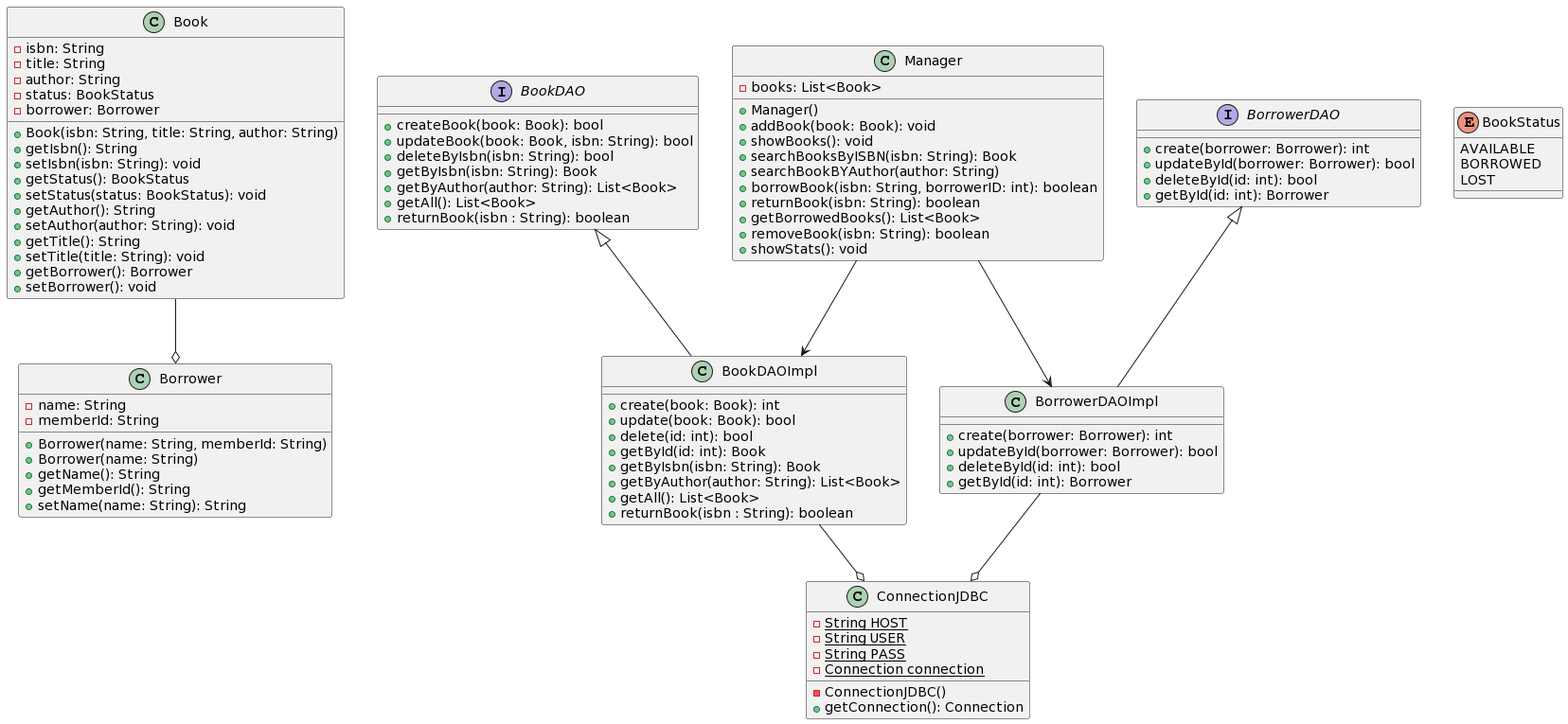
This is class.png from aymane-smi/SAS2, a PlantUML export, as it was before one commit.
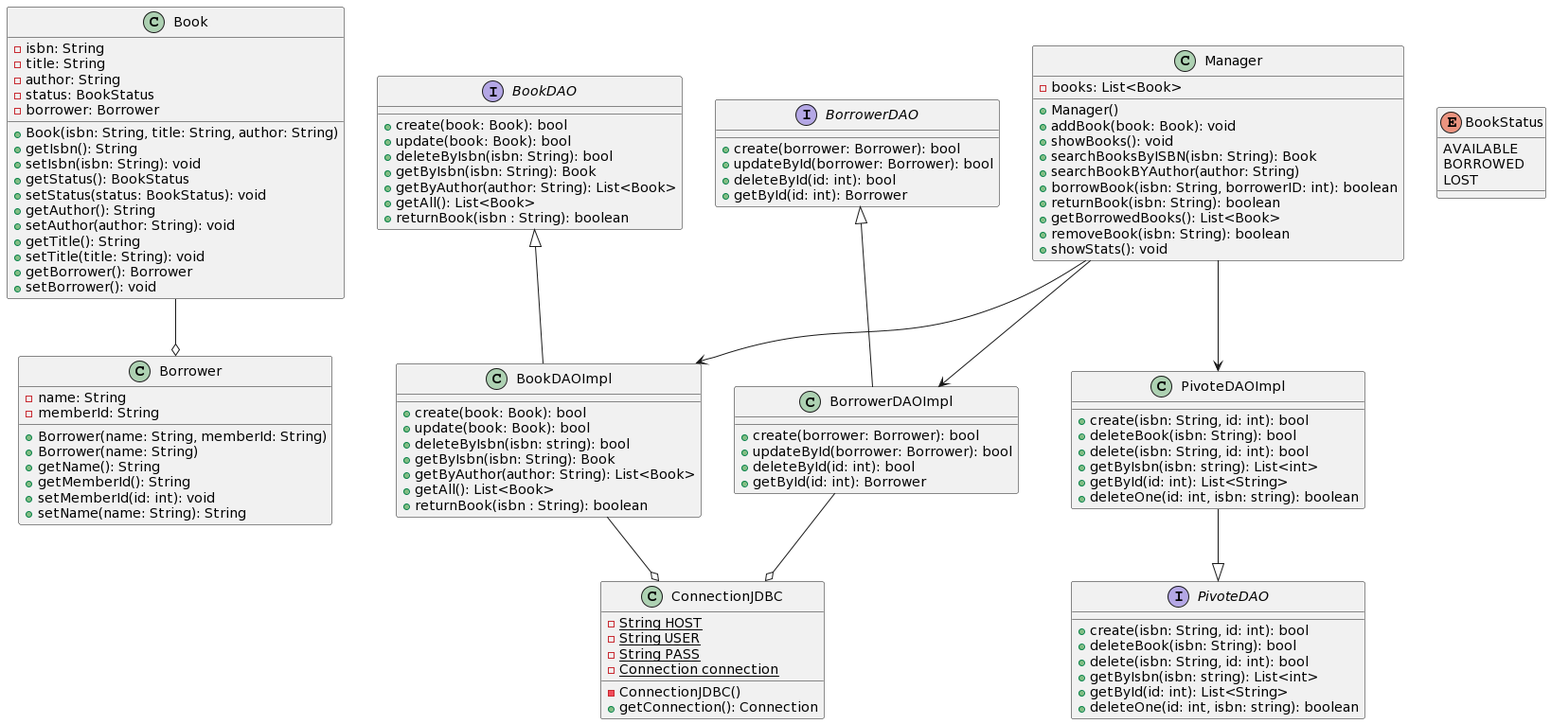
After the change.

Commit message:
SAS2-15 #16 working on project components and modifing the class diagram

The edit, as a diff of the source:
```diff
@@ -29,12 +29,13 @@
   + Borrower(name: String)
   + getName(): String
   + getMemberId(): String
+  + setMemberId(id: int): void
   + setName(name: String): String
 }
 
 interface BookDAO {
-    + createBook(book: Book): bool
-    + updateBook(book: Book, isbn: String): bool
+    + create(book: Book): bool
+    + update(book: Book): bool
     + deleteByIsbn(isbn: String): bool
     + getByIsbn(isbn: String): Book
     + getByAuthor(author: String): List<Book>
@@ -43,17 +44,25 @@
 }
 
 interface BorrowerDAO {
-    + create(borrower: Borrower): int
+    + create(borrower: Borrower): bool
     + updateById(borrower: Borrower): bool
     + deleteById(id: int): bool
     + getById(id: int): Borrower
 }
 
+interface PivoteDAO {
+    + create(isbn: String, id: int): bool
+    + deleteBook(isbn: String): bool
+    + delete(isbn: String, id: int): bool
+    + getByIsbn(isbn: string): List<int>
+    + getById(id: int): List<String>
+    + deleteOne(id: int, isbn: string): boolean
+}
+
 class BookDAOImpl {
-    + create(book: Book): int
+    + create(book: Book): bool
     + update(book: Book): bool
-    + delete(id: int): bool
-    + getById(id: int): Book
+    + deleteByIsbn(isbn: string): bool
     + getByIsbn(isbn: String): Book
     + getByAuthor(author: String): List<Book>
     + getAll(): List<Book>
@@ -61,10 +70,19 @@
 }
 
 class BorrowerDAOImpl {
-    + create(borrower: Borrower): int
+    + create(borrower: Borrower): bool
     + updateById(borrower: Borrower): bool
     + deleteById(id: int): bool
     + getById(id: int): Borrower
+}
+
+class PivoteDAOImpl {
+    + create(isbn: String, id: int): bool
+    + deleteBook(isbn: String): bool
+    + delete(isbn: String, id: int): bool
+    + getByIsbn(isbn: string): List<int>
+    + getById(id: int): List<String>
+    + deleteOne(id: int, isbn: string): boolean
 }
 
 class ConnectionJDBC{
@@ -99,11 +117,11 @@
 
 Manager --> BookDAOImpl
 Manager --> BorrowerDAOImpl
-
-
+Manager --> PivoteDAOImpl
 BookDAO <|-- BookDAOImpl
 BookDAOImpl --o ConnectionJDBC
 BorrowerDAO <|-- BorrowerDAOImpl
 BorrowerDAOImpl --o ConnectionJDBC
 Book --o Borrower
+PivoteDAOImpl --|> PivoteDAO
 @enduml
```
